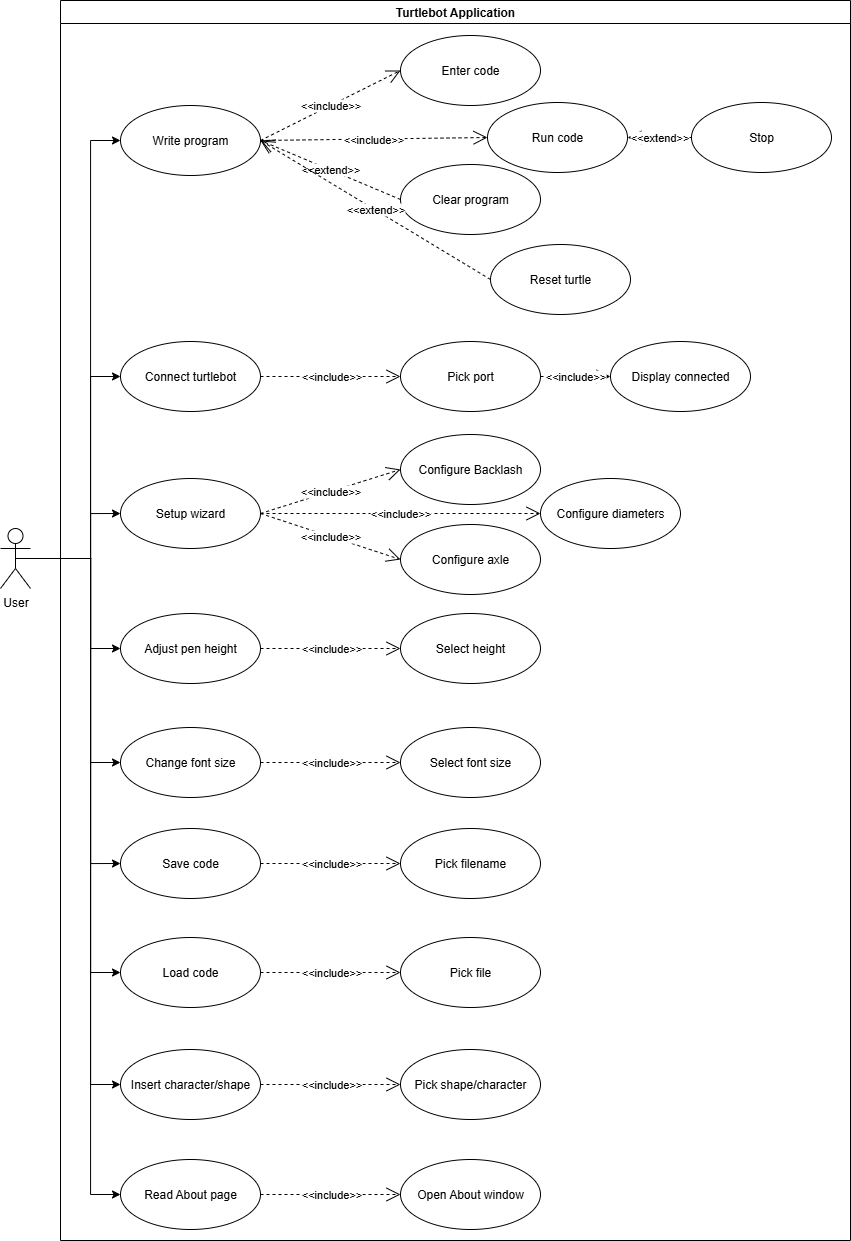
The draw.io diagram docs/Diagrams/usecase.png in CFitzy/turtlebot, before a commit. Source tidied: cells renumbered, new cells last; positions are measured from the earlier drawing's top-left corner, leaving out a move shared by most shapes.
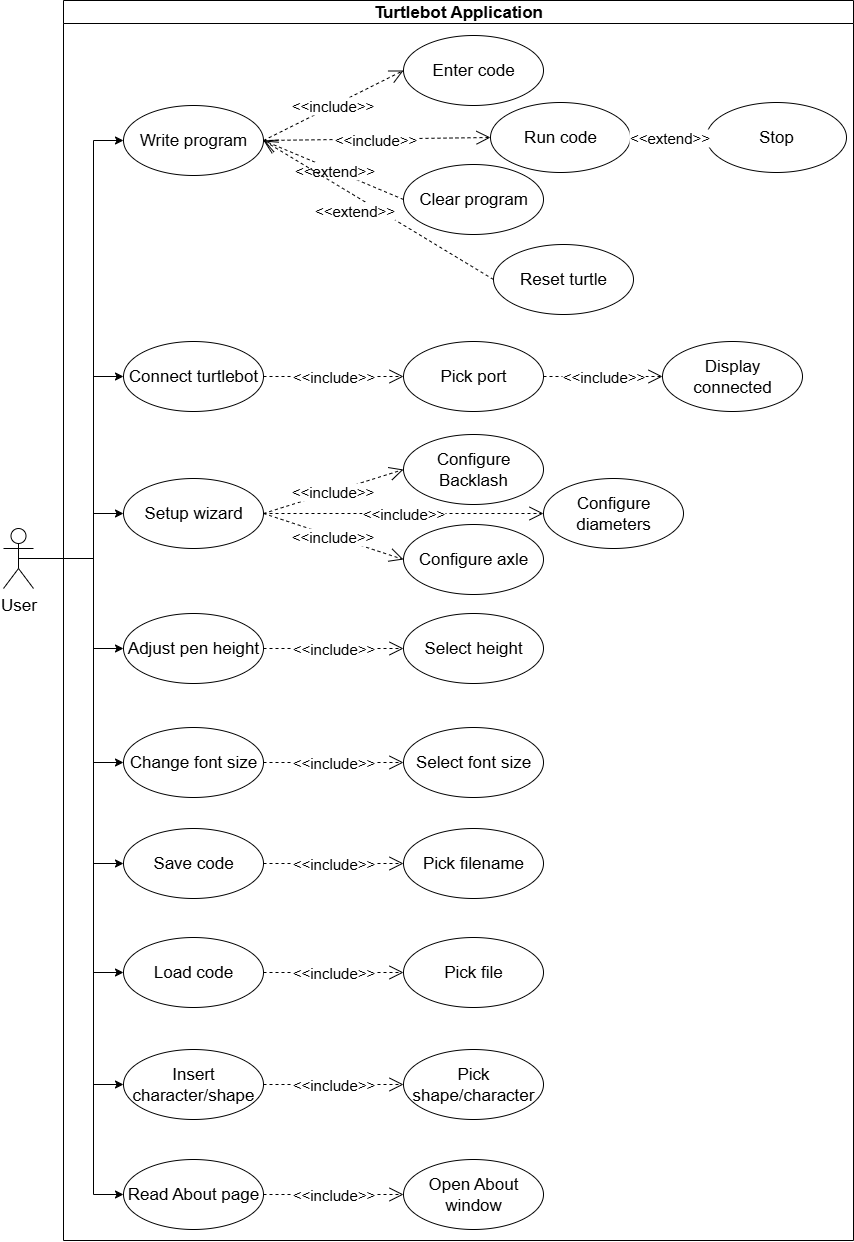
The same file after the commit.

Commit message:
Stop for turtlebot too

Change to the diagram source:
```diff
@@ -26,133 +26,133 @@
         </Array>
       </mxGeometry>
     </mxCell>
-    <mxCell id="5" value="User" style="shape=umlActor;verticalLabelPosition=bottom;verticalAlign=top;html=1;" parent="1" vertex="1">
+    <mxCell id="5" value="User" style="shape=umlActor;verticalLabelPosition=bottom;verticalAlign=top;html=1;fontSize=17;" parent="1" vertex="1">
       <mxGeometry y="528" width="30" height="60" as="geometry" />
     </mxCell>
-    <mxCell id="6" value="Turtlebot Application" style="swimlane;whiteSpace=wrap;html=1;startSize=23;" parent="1" vertex="1">
+    <mxCell id="6" value="Turtlebot Application" style="swimlane;whiteSpace=wrap;html=1;startSize=23;fontSize=17;" parent="1" vertex="1">
       <mxGeometry x="60" width="790" height="1240" as="geometry" />
     </mxCell>
-    <mxCell id="7" value="Select height" style="ellipse;whiteSpace=wrap;html=1;" parent="6" vertex="1">
+    <mxCell id="7" value="Select height" style="ellipse;whiteSpace=wrap;html=1;fontSize=17;" parent="6" vertex="1">
       <mxGeometry x="340" y="613" width="140" height="70" as="geometry" />
     </mxCell>
-    <mxCell id="8" value="Stop" style="ellipse;whiteSpace=wrap;html=1;" parent="6" vertex="1">
-      <mxGeometry x="631" y="102" width="140" height="70" as="geometry" />
+    <mxCell id="8" value="Stop" style="ellipse;whiteSpace=wrap;html=1;fontSize=17;" parent="6" vertex="1">
+      <mxGeometry x="643" y="102" width="140" height="70" as="geometry" />
     </mxCell>
-    <mxCell id="9" value="Adjust pen height" style="ellipse;whiteSpace=wrap;html=1;" parent="6" vertex="1">
+    <mxCell id="9" value="Adjust pen height" style="ellipse;whiteSpace=wrap;html=1;fontSize=17;" parent="6" vertex="1">
       <mxGeometry x="60" y="613" width="140" height="70" as="geometry" />
     </mxCell>
-    <mxCell id="10" value="Connect turtlebot" style="ellipse;whiteSpace=wrap;html=1;" parent="6" vertex="1">
+    <mxCell id="10" value="Connect turtlebot" style="ellipse;whiteSpace=wrap;html=1;fontSize=17;" parent="6" vertex="1">
       <mxGeometry x="60" y="341" width="140" height="70" as="geometry" />
     </mxCell>
-    <mxCell id="11" value="&amp;lt;&amp;lt;include&amp;gt;&amp;gt;" style="endArrow=open;endSize=12;dashed=1;html=1;rounded=0;exitX=1;exitY=0.5;exitDx=0;exitDy=0;entryX=0;entryY=0.5;entryDx=0;entryDy=0;" parent="6" edge="1" source="9" target="7">
+    <mxCell id="11" value="&amp;lt;&amp;lt;include&amp;gt;&amp;gt;" style="endArrow=open;endSize=12;dashed=1;html=1;rounded=0;exitX=1;exitY=0.5;exitDx=0;exitDy=0;entryX=0;entryY=0.5;entryDx=0;entryDy=0;fontSize=15;" parent="6" edge="1" source="9" target="7">
       <mxGeometry relative="1" as="geometry" />
     </mxCell>
-    <mxCell id="12" value="Pick port" style="ellipse;whiteSpace=wrap;html=1;" parent="6" vertex="1">
+    <mxCell id="12" value="Pick port" style="ellipse;whiteSpace=wrap;html=1;fontSize=17;" parent="6" vertex="1">
       <mxGeometry x="340" y="341" width="140" height="70" as="geometry" />
     </mxCell>
-    <mxCell id="13" value="Display connected" style="ellipse;whiteSpace=wrap;html=1;" parent="6" vertex="1">
-      <mxGeometry x="550" y="341" width="140" height="70" as="geometry" />
+    <mxCell id="13" value="Display connected" style="ellipse;whiteSpace=wrap;html=1;fontSize=17;" parent="6" vertex="1">
+      <mxGeometry x="599" y="341" width="140" height="70" as="geometry" />
     </mxCell>
-    <mxCell id="14" value="&amp;lt;&amp;lt;include&amp;gt;&amp;gt;" style="endArrow=open;endSize=12;dashed=1;html=1;rounded=0;exitX=1;exitY=0.5;exitDx=0;exitDy=0;entryX=0;entryY=0.5;entryDx=0;entryDy=0;" parent="6" edge="1" source="12" target="13">
+    <mxCell id="14" value="&amp;lt;&amp;lt;include&amp;gt;&amp;gt;" style="endArrow=open;endSize=12;dashed=1;html=1;rounded=0;exitX=1;exitY=0.5;exitDx=0;exitDy=0;entryX=0;entryY=0.5;entryDx=0;entryDy=0;fontSize=15;" parent="6" edge="1" source="12" target="13">
       <mxGeometry relative="1" as="geometry" />
     </mxCell>
-    <mxCell id="15" value="&amp;lt;&amp;lt;include&amp;gt;&amp;gt;" style="endArrow=open;endSize=12;dashed=1;html=1;rounded=0;exitX=1;exitY=0.5;exitDx=0;exitDy=0;entryX=0;entryY=0.5;entryDx=0;entryDy=0;" parent="6" edge="1" source="10" target="12">
+    <mxCell id="15" value="&amp;lt;&amp;lt;include&amp;gt;&amp;gt;" style="endArrow=open;endSize=12;dashed=1;html=1;rounded=0;exitX=1;exitY=0.5;exitDx=0;exitDy=0;entryX=0;entryY=0.5;entryDx=0;entryDy=0;fontSize=15;" parent="6" edge="1" source="10" target="12">
       <mxGeometry relative="1" as="geometry" />
     </mxCell>
-    <mxCell id="16" value="Setup wizard" style="ellipse;whiteSpace=wrap;html=1;" parent="6" vertex="1">
+    <mxCell id="16" value="Setup wizard" style="ellipse;whiteSpace=wrap;html=1;fontSize=17;" parent="6" vertex="1">
       <mxGeometry x="60" y="478" width="140" height="70" as="geometry" />
     </mxCell>
-    <mxCell id="17" value="&amp;lt;&amp;lt;include&amp;gt;&amp;gt;" style="endArrow=open;endSize=12;dashed=1;html=1;rounded=0;exitX=1;exitY=0.5;exitDx=0;exitDy=0;entryX=0;entryY=0.5;entryDx=0;entryDy=0;" parent="6" edge="1" source="16" target="18">
+    <mxCell id="17" value="&amp;lt;&amp;lt;include&amp;gt;&amp;gt;" style="endArrow=open;endSize=12;dashed=1;html=1;rounded=0;exitX=1;exitY=0.5;exitDx=0;exitDy=0;entryX=0;entryY=0.5;entryDx=0;entryDy=0;fontSize=15;" parent="6" edge="1" source="16" target="18">
       <mxGeometry relative="1" as="geometry" />
     </mxCell>
-    <mxCell id="18" value="Configure Backlash" style="ellipse;whiteSpace=wrap;html=1;" parent="6" vertex="1">
+    <mxCell id="18" value="Configure Backlash" style="ellipse;whiteSpace=wrap;html=1;fontSize=17;" parent="6" vertex="1">
       <mxGeometry x="340" y="434" width="140" height="70" as="geometry" />
     </mxCell>
-    <mxCell id="19" value="Configure diameters" style="ellipse;whiteSpace=wrap;html=1;" parent="6" vertex="1">
+    <mxCell id="19" value="Configure diameters" style="ellipse;whiteSpace=wrap;html=1;fontSize=17;" parent="6" vertex="1">
       <mxGeometry x="480" y="478" width="140" height="70" as="geometry" />
     </mxCell>
-    <mxCell id="20" value="&amp;lt;&amp;lt;include&amp;gt;&amp;gt;" style="endArrow=open;endSize=12;dashed=1;html=1;rounded=0;exitX=1;exitY=0.5;exitDx=0;exitDy=0;entryX=0;entryY=0.5;entryDx=0;entryDy=0;" parent="6" edge="1" source="16" target="19">
+    <mxCell id="20" value="&amp;lt;&amp;lt;include&amp;gt;&amp;gt;" style="endArrow=open;endSize=12;dashed=1;html=1;rounded=0;exitX=1;exitY=0.5;exitDx=0;exitDy=0;entryX=0;entryY=0.5;entryDx=0;entryDy=0;fontSize=15;" parent="6" edge="1" source="16" target="19">
       <mxGeometry relative="1" as="geometry" />
     </mxCell>
-    <mxCell id="21" value="Enter code" style="ellipse;whiteSpace=wrap;html=1;" parent="6" vertex="1">
+    <mxCell id="21" value="Enter code" style="ellipse;whiteSpace=wrap;html=1;fontSize=17;" parent="6" vertex="1">
       <mxGeometry x="340" y="35" width="140" height="70" as="geometry" />
     </mxCell>
-    <mxCell id="22" value="Run code" style="ellipse;whiteSpace=wrap;html=1;" parent="6" vertex="1">
+    <mxCell id="22" value="Run code" style="ellipse;whiteSpace=wrap;html=1;fontSize=17;" parent="6" vertex="1">
       <mxGeometry x="427" y="102" width="140" height="70" as="geometry" />
     </mxCell>
-    <mxCell id="23" value="&amp;lt;&amp;lt;include&amp;gt;&amp;gt;" style="endArrow=open;endSize=12;dashed=1;html=1;rounded=0;entryX=0;entryY=0.5;entryDx=0;entryDy=0;exitX=1;exitY=0.5;exitDx=0;exitDy=0;" parent="6" edge="1" source="27" target="22">
+    <mxCell id="23" value="&amp;lt;&amp;lt;include&amp;gt;&amp;gt;" style="endArrow=open;endSize=12;dashed=1;html=1;rounded=0;entryX=0;entryY=0.5;entryDx=0;entryDy=0;exitX=1;exitY=0.5;exitDx=0;exitDy=0;fontSize=15;" parent="6" edge="1" source="27" target="22">
       <mxGeometry relative="1" as="geometry" />
     </mxCell>
-    <mxCell id="24" value="&amp;lt;&amp;lt;extend&amp;gt;&amp;gt;" style="endArrow=open;endSize=12;dashed=1;html=1;rounded=0;exitX=0;exitY=0.5;exitDx=0;exitDy=0;entryX=1;entryY=0.5;entryDx=0;entryDy=0;" parent="6" edge="1" source="8" target="22">
+    <mxCell id="24" value="&amp;lt;&amp;lt;extend&amp;gt;&amp;gt;" style="endArrow=open;endSize=12;dashed=1;html=1;rounded=0;exitX=0;exitY=0.5;exitDx=0;exitDy=0;entryX=1;entryY=0.5;entryDx=0;entryDy=0;fontSize=15;" parent="6" edge="1" source="8" target="22">
       <mxGeometry relative="1" as="geometry" />
     </mxCell>
-    <mxCell id="25" value="Clear program" style="ellipse;whiteSpace=wrap;html=1;" parent="6" vertex="1">
+    <mxCell id="25" value="Clear program" style="ellipse;whiteSpace=wrap;html=1;fontSize=17;" parent="6" vertex="1">
       <mxGeometry x="340" y="164" width="140" height="70" as="geometry" />
     </mxCell>
-    <mxCell id="26" value="Reset turtle" style="ellipse;whiteSpace=wrap;html=1;" parent="6" vertex="1">
+    <mxCell id="26" value="Reset turtle" style="ellipse;whiteSpace=wrap;html=1;fontSize=17;" parent="6" vertex="1">
       <mxGeometry x="430" y="244" width="140" height="70" as="geometry" />
     </mxCell>
-    <mxCell id="27" value="Write program" style="ellipse;whiteSpace=wrap;html=1;" parent="6" vertex="1">
+    <mxCell id="27" value="Write program" style="ellipse;whiteSpace=wrap;html=1;fontSize=17;" parent="6" vertex="1">
       <mxGeometry x="60" y="105" width="140" height="70" as="geometry" />
     </mxCell>
-    <mxCell id="28" value="&amp;lt;&amp;lt;include&amp;gt;&amp;gt;" style="endArrow=open;endSize=12;dashed=1;html=1;rounded=0;exitX=1;exitY=0.5;exitDx=0;exitDy=0;entryX=0;entryY=0.5;entryDx=0;entryDy=0;" parent="6" edge="1" source="27" target="21">
+    <mxCell id="28" value="&amp;lt;&amp;lt;include&amp;gt;&amp;gt;" style="endArrow=open;endSize=12;dashed=1;html=1;rounded=0;exitX=1;exitY=0.5;exitDx=0;exitDy=0;entryX=0;entryY=0.5;entryDx=0;entryDy=0;fontSize=15;" parent="6" edge="1" source="27" target="21">
       <mxGeometry relative="1" as="geometry" />
     </mxCell>
-    <mxCell id="29" value="&amp;lt;&amp;lt;extend&amp;gt;&amp;gt;" style="endArrow=open;endSize=12;dashed=1;html=1;rounded=0;exitX=0;exitY=0.5;exitDx=0;exitDy=0;entryX=1;entryY=0.5;entryDx=0;entryDy=0;" parent="6" edge="1" source="25" target="27">
+    <mxCell id="29" value="&amp;lt;&amp;lt;extend&amp;gt;&amp;gt;" style="endArrow=open;endSize=12;dashed=1;html=1;rounded=0;exitX=0;exitY=0.5;exitDx=0;exitDy=0;entryX=1;entryY=0.5;entryDx=0;entryDy=0;fontSize=15;" parent="6" edge="1" source="25" target="27">
       <mxGeometry relative="1" as="geometry" />
     </mxCell>
-    <mxCell id="30" value="&amp;lt;&amp;lt;extend&amp;gt;&amp;gt;" style="endArrow=open;endSize=12;dashed=1;html=1;rounded=0;exitX=0;exitY=0.5;exitDx=0;exitDy=0;entryX=1;entryY=0.5;entryDx=0;entryDy=0;" parent="6" edge="1" source="26" target="27">
-      <mxGeometry relative="1" as="geometry" />
+    <mxCell id="30" value="&amp;lt;&amp;lt;extend&amp;gt;&amp;gt;" style="endArrow=open;endSize=12;dashed=1;html=1;rounded=0;exitX=0;exitY=0.5;exitDx=0;exitDy=0;entryX=1;entryY=0.5;entryDx=0;entryDy=0;fontSize=15;" parent="6" edge="1" source="26" target="27">
+      <mxGeometry x="0.16" y="13" relative="1" as="geometry" />
     </mxCell>
-    <mxCell id="31" value="Configure axle" style="ellipse;whiteSpace=wrap;html=1;" parent="6" vertex="1">
+    <mxCell id="31" value="Configure axle" style="ellipse;whiteSpace=wrap;html=1;fontSize=17;" parent="6" vertex="1">
       <mxGeometry x="340" y="524" width="140" height="70" as="geometry" />
     </mxCell>
-    <mxCell id="32" value="&amp;lt;&amp;lt;include&amp;gt;&amp;gt;" style="endArrow=open;endSize=12;dashed=1;html=1;rounded=0;entryX=0;entryY=0.5;entryDx=0;entryDy=0;exitX=1;exitY=0.5;exitDx=0;exitDy=0;" parent="6" edge="1" source="16" target="31">
+    <mxCell id="32" value="&amp;lt;&amp;lt;include&amp;gt;&amp;gt;" style="endArrow=open;endSize=12;dashed=1;html=1;rounded=0;entryX=0;entryY=0.5;entryDx=0;entryDy=0;exitX=1;exitY=0.5;exitDx=0;exitDy=0;fontSize=15;" parent="6" edge="1" source="16" target="31">
       <mxGeometry relative="1" as="geometry" />
     </mxCell>
-    <mxCell id="33" value="Change font size" style="ellipse;whiteSpace=wrap;html=1;" parent="6" vertex="1">
+    <mxCell id="33" value="Change font size" style="ellipse;whiteSpace=wrap;html=1;fontSize=17;" parent="6" vertex="1">
       <mxGeometry x="60" y="727" width="140" height="70" as="geometry" />
     </mxCell>
-    <mxCell id="34" value="Select font size" style="ellipse;whiteSpace=wrap;html=1;" parent="6" vertex="1">
+    <mxCell id="34" value="Select font size" style="ellipse;whiteSpace=wrap;html=1;fontSize=17;" parent="6" vertex="1">
       <mxGeometry x="340" y="727" width="140" height="70" as="geometry" />
     </mxCell>
-    <mxCell id="35" value="&amp;lt;&amp;lt;include&amp;gt;&amp;gt;" style="endArrow=open;endSize=12;dashed=1;html=1;rounded=0;exitX=1;exitY=0.5;exitDx=0;exitDy=0;entryX=0;entryY=0.5;entryDx=0;entryDy=0;" parent="6" edge="1" source="33" target="34">
+    <mxCell id="35" value="&amp;lt;&amp;lt;include&amp;gt;&amp;gt;" style="endArrow=open;endSize=12;dashed=1;html=1;rounded=0;exitX=1;exitY=0.5;exitDx=0;exitDy=0;entryX=0;entryY=0.5;entryDx=0;entryDy=0;fontSize=15;" parent="6" edge="1" source="33" target="34">
       <mxGeometry relative="1" as="geometry" />
     </mxCell>
-    <mxCell id="36" value="Save code" style="ellipse;whiteSpace=wrap;html=1;" parent="6" vertex="1">
+    <mxCell id="36" value="Save code" style="ellipse;whiteSpace=wrap;html=1;fontSize=17;" parent="6" vertex="1">
       <mxGeometry x="60" y="828" width="140" height="70" as="geometry" />
     </mxCell>
-    <mxCell id="37" value="Pick filename" style="ellipse;whiteSpace=wrap;html=1;" parent="6" vertex="1">
+    <mxCell id="37" value="Pick filename" style="ellipse;whiteSpace=wrap;html=1;fontSize=17;" parent="6" vertex="1">
       <mxGeometry x="340" y="828" width="140" height="70" as="geometry" />
     </mxCell>
-    <mxCell id="38" value="&amp;lt;&amp;lt;include&amp;gt;&amp;gt;" style="endArrow=open;endSize=12;dashed=1;html=1;rounded=0;exitX=1;exitY=0.5;exitDx=0;exitDy=0;entryX=0;entryY=0.5;entryDx=0;entryDy=0;" parent="6" edge="1" source="36" target="37">
+    <mxCell id="38" value="&amp;lt;&amp;lt;include&amp;gt;&amp;gt;" style="endArrow=open;endSize=12;dashed=1;html=1;rounded=0;exitX=1;exitY=0.5;exitDx=0;exitDy=0;entryX=0;entryY=0.5;entryDx=0;entryDy=0;fontSize=15;" parent="6" edge="1" source="36" target="37">
       <mxGeometry relative="1" as="geometry" />
     </mxCell>
-    <mxCell id="39" value="Load code" style="ellipse;whiteSpace=wrap;html=1;" parent="6" vertex="1">
+    <mxCell id="39" value="Load code" style="ellipse;whiteSpace=wrap;html=1;fontSize=17;" parent="6" vertex="1">
       <mxGeometry x="60" y="937" width="140" height="70" as="geometry" />
     </mxCell>
-    <mxCell id="40" value="Pick file" style="ellipse;whiteSpace=wrap;html=1;" parent="6" vertex="1">
+    <mxCell id="40" value="Pick file" style="ellipse;whiteSpace=wrap;html=1;fontSize=17;" parent="6" vertex="1">
       <mxGeometry x="340" y="937" width="140" height="70" as="geometry" />
     </mxCell>
-    <mxCell id="41" value="&amp;lt;&amp;lt;include&amp;gt;&amp;gt;" style="endArrow=open;endSize=12;dashed=1;html=1;rounded=0;exitX=1;exitY=0.5;exitDx=0;exitDy=0;entryX=0;entryY=0.5;entryDx=0;entryDy=0;" parent="6" edge="1" source="39" target="40">
+    <mxCell id="41" value="&amp;lt;&amp;lt;include&amp;gt;&amp;gt;" style="endArrow=open;endSize=12;dashed=1;html=1;rounded=0;exitX=1;exitY=0.5;exitDx=0;exitDy=0;entryX=0;entryY=0.5;entryDx=0;entryDy=0;fontSize=15;" parent="6" edge="1" source="39" target="40">
       <mxGeometry relative="1" as="geometry" />
     </mxCell>
-    <mxCell id="42" value="Insert character/shape" style="ellipse;whiteSpace=wrap;html=1;" parent="6" vertex="1">
+    <mxCell id="42" value="Insert character/shape" style="ellipse;whiteSpace=wrap;html=1;fontSize=17;" parent="6" vertex="1">
       <mxGeometry x="60" y="1049" width="140" height="70" as="geometry" />
     </mxCell>
-    <mxCell id="43" value="Pick shape/character" style="ellipse;whiteSpace=wrap;html=1;" parent="6" vertex="1">
+    <mxCell id="43" value="Pick shape/character" style="ellipse;whiteSpace=wrap;html=1;fontSize=17;" parent="6" vertex="1">
       <mxGeometry x="340" y="1049" width="140" height="70" as="geometry" />
     </mxCell>
-    <mxCell id="44" value="&amp;lt;&amp;lt;include&amp;gt;&amp;gt;" style="endArrow=open;endSize=12;dashed=1;html=1;rounded=0;exitX=1;exitY=0.5;exitDx=0;exitDy=0;entryX=0;entryY=0.5;entryDx=0;entryDy=0;" parent="6" edge="1" source="42" target="43">
+    <mxCell id="44" value="&amp;lt;&amp;lt;include&amp;gt;&amp;gt;" style="endArrow=open;endSize=12;dashed=1;html=1;rounded=0;exitX=1;exitY=0.5;exitDx=0;exitDy=0;entryX=0;entryY=0.5;entryDx=0;entryDy=0;fontSize=15;" parent="6" edge="1" source="42" target="43">
       <mxGeometry relative="1" as="geometry" />
     </mxCell>
-    <mxCell id="45" value="Read About page" style="ellipse;whiteSpace=wrap;html=1;" parent="6" vertex="1">
+    <mxCell id="45" value="Read About page" style="ellipse;whiteSpace=wrap;html=1;fontSize=17;" parent="6" vertex="1">
       <mxGeometry x="60" y="1159" width="140" height="70" as="geometry" />
     </mxCell>
-    <mxCell id="46" value="Open About window" style="ellipse;whiteSpace=wrap;html=1;" parent="6" vertex="1">
+    <mxCell id="46" value="Open About window" style="ellipse;whiteSpace=wrap;html=1;fontSize=17;" parent="6" vertex="1">
       <mxGeometry x="340" y="1159" width="140" height="70" as="geometry" />
     </mxCell>
-    <mxCell id="47" value="&amp;lt;&amp;lt;include&amp;gt;&amp;gt;" style="endArrow=open;endSize=12;dashed=1;html=1;rounded=0;exitX=1;exitY=0.5;exitDx=0;exitDy=0;entryX=0;entryY=0.5;entryDx=0;entryDy=0;" parent="6" edge="1" source="45" target="46">
+    <mxCell id="47" value="&amp;lt;&amp;lt;include&amp;gt;&amp;gt;" style="endArrow=open;endSize=12;dashed=1;html=1;rounded=0;exitX=1;exitY=0.5;exitDx=0;exitDy=0;entryX=0;entryY=0.5;entryDx=0;entryDy=0;fontSize=15;" parent="6" edge="1" source="45" target="46">
       <mxGeometry relative="1" as="geometry" />
     </mxCell>
     <mxCell id="48" style="edgeStyle=orthogonalEdgeStyle;rounded=0;jettySize=auto;html=1;entryX=0;entryY=0.5;entryDx=0;entryDy=0;exitX=0.5;exitY=0.5;exitDx=0;exitDy=0;exitPerimeter=0;" parent="1" edge="1" source="5" target="16">
```
